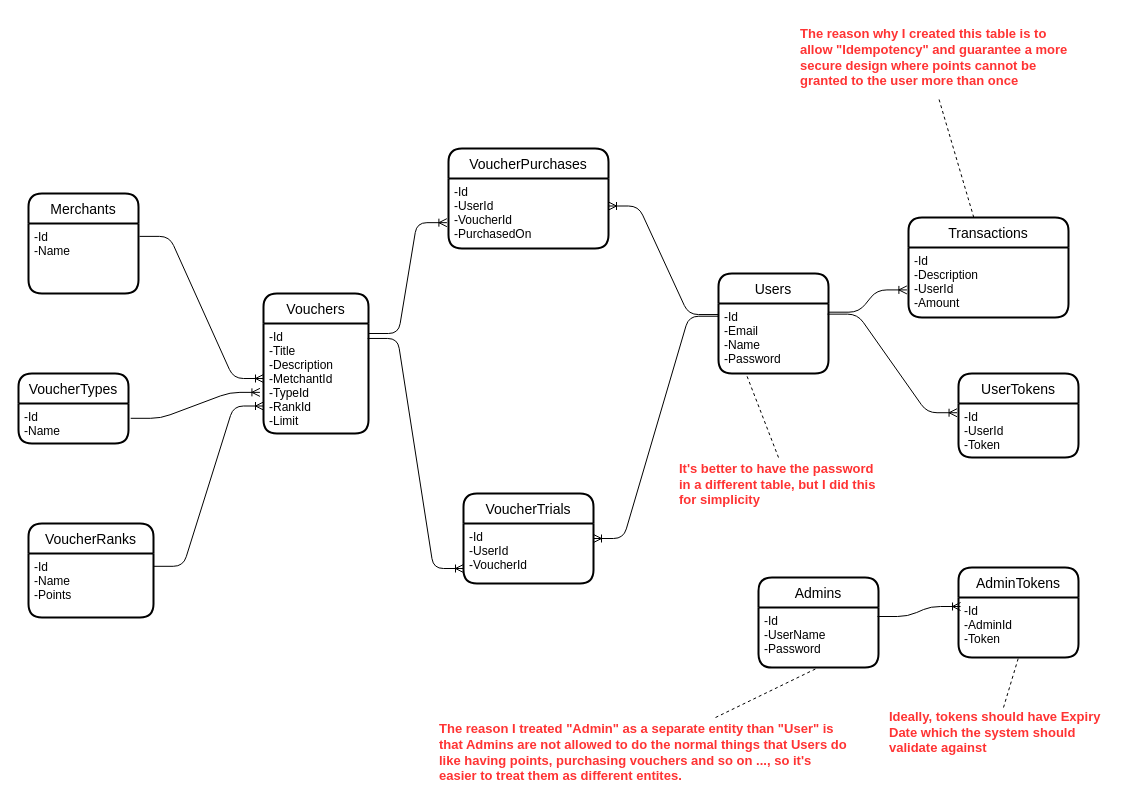
Above: model-design.drawio in abdlrhmanshehatamoussa/RewardingSystem (draw.io), before the change. Source tidied: cells renumbered, new cells numbered last; positions are measured from the earlier drawing's top-left corner, leaving out a move shared by most shapes. Both pictures are drawn from the tidied source at 100%, with x=0, y=0 at pixel (18, 17).
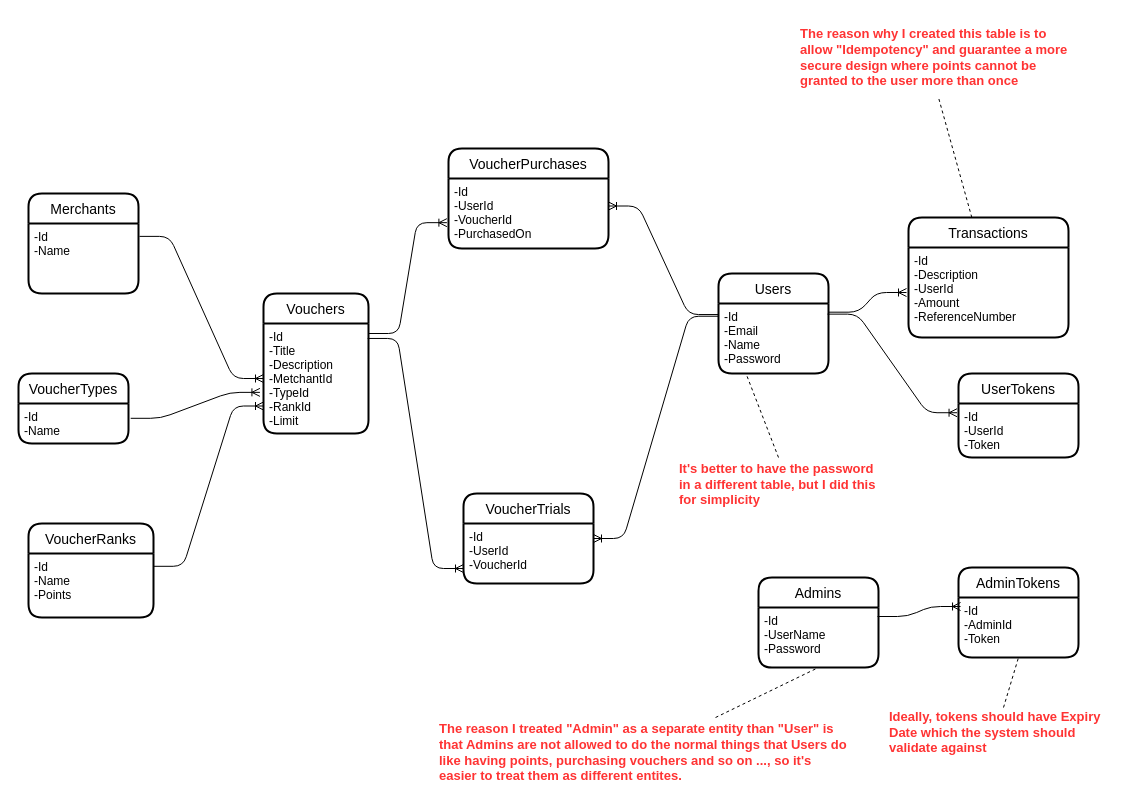
The same page after the edit.

Unchanged cells that the change refers to:
```xml
<mxCell id="3" value="-Id&#10;-Email&#10;-Name&#10;-Password&#10;" style="align=left;strokeColor=none;fillColor=none;spacingLeft=4;fontSize=12;verticalAlign=top;" parent="2" vertex="1">
  <mxGeometry y="30" width="110" height="70" as="geometry" />
</mxCell>
```

The edit, as a diff of the source:
```diff
@@
     <mxCell id="17" value="Transactions" style="swimlane;horizontal=1;startSize=30;rounded=1;fontSize=14;fontStyle=0;strokeWidth=2;shadow=0;dashed=0;align=center;" parent="1" vertex="1">
-      <mxGeometry x="890" y="200" width="160" height="100" as="geometry" />
+      <mxGeometry x="890" y="200" width="160" height="120" as="geometry" />
     </mxCell>
-    <mxCell id="18" value="-Id&#10;-Description&#10;-UserId&#10;-Amount&#10;" style="align=left;strokeColor=none;fillColor=none;spacingLeft=4;fontSize=12;verticalAlign=top;" parent="17" vertex="1">
-      <mxGeometry y="30" width="160" height="70" as="geometry" />
+    <mxCell id="18" value="-Id&#10;-Description&#10;-UserId&#10;-Amount&#10;-ReferenceNumber&#10;" style="align=left;strokeColor=none;fillColor=none;spacingLeft=4;fontSize=12;verticalAlign=top;" parent="17" vertex="1">
+      <mxGeometry y="30" width="160" height="90" as="geometry" />
     </mxCell>
-    <mxCell id="19" style="edgeStyle=entityRelationEdgeStyle;fontSize=12;html=1;endArrow=ERoneToMany;exitX=1.004;exitY=0.124;exitDx=0;exitDy=0;exitPerimeter=0;entryX=-0.01;entryY=0.606;entryDx=0;entryDy=0;entryPerimeter=0;" parent="1" edge="1" source="3" target="18">
-      <mxGeometry relative="1" as="geometry" />
+    <mxCell id="19" style="edgeStyle=entityRelationEdgeStyle;fontSize=12;html=1;endArrow=ERoneToMany;exitX=1.004;exitY=0.124;exitDx=0;exitDy=0;exitPerimeter=0;" parent="1" edge="1" source="3">
+      <mxGeometry relative="1" as="geometry">
+        <mxPoint x="888" y="275" as="targetPoint" />
+      </mxGeometry>
     </mxCell>
```
